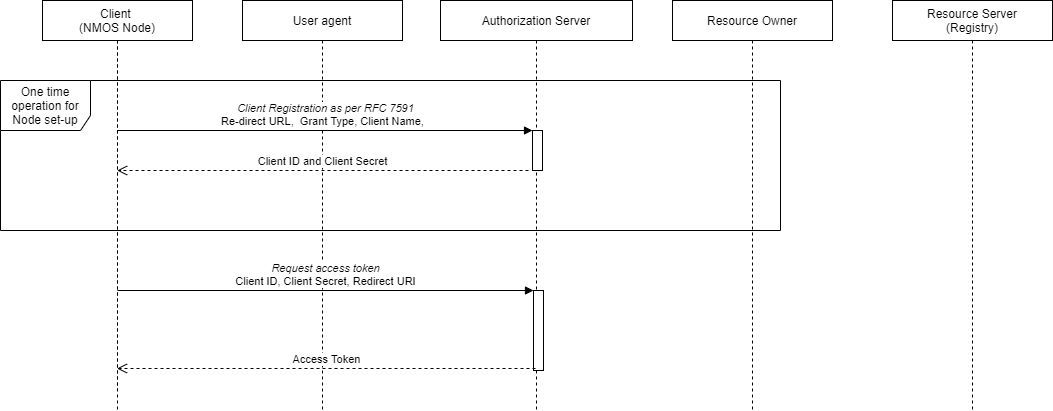
jonathan-r-thorpe/nmos-authorization-implementers-guide keeps this draw.io diagram as docs/diagrams/client_credentials_flow.png. Above is the earlier version. Source tidied: cells renumbered, new cells last; positions are measured from the earlier drawing's top-left corner, leaving out a move shared by most shapes.
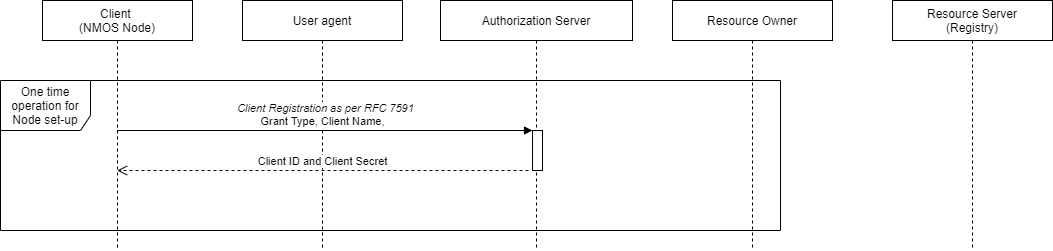
Later version of the same file.

What changed in the source:
```diff
@@ -3,16 +3,13 @@
     <mxCell id="0" />
     <mxCell id="1" parent="0" />
     <mxCell id="2" value="Client &lt;br&gt;(NMOS Node)" style="shape=umlLifeline;perimeter=lifelinePerimeter;whiteSpace=wrap;html=1;outlineConnect=0;" parent="1" vertex="1">
-      <mxGeometry x="42" width="150" height="410" as="geometry" />
+      <mxGeometry x="42" width="150" height="250" as="geometry" />
     </mxCell>
     <mxCell id="3" value="User agent" style="shape=umlLifeline;perimeter=lifelinePerimeter;whiteSpace=wrap;html=1;" parent="1" vertex="1">
-      <mxGeometry x="242" width="160" height="410" as="geometry" />
+      <mxGeometry x="242" width="160" height="250" as="geometry" />
     </mxCell>
-    <mxCell id="4" value="Client &lt;br&gt;(NMOS Node)" style="shape=umlLifeline;perimeter=lifelinePerimeter;whiteSpace=wrap;html=1;" parent="3" vertex="1">
-      <mxGeometry x="-200" width="150" height="390" as="geometry" />
-    </mxCell>
     <mxCell id="5" value="Authorization Server" style="shape=umlLifeline;perimeter=lifelinePerimeter;whiteSpace=wrap;html=1;" parent="1" vertex="1">
-      <mxGeometry x="440" width="192" height="410" as="geometry" />
+      <mxGeometry x="440" width="192" height="250" as="geometry" />
     </mxCell>
     <mxCell id="6" style="html=1;points=[];perimeter=orthogonalPerimeter;" parent="5" vertex="1">
       <mxGeometry x="92" y="130" width="10" height="40" as="geometry" />
@@ -20,16 +17,13 @@
     <mxCell id="7" value="One time operation for Node set-up" style="shape=umlFrame;whiteSpace=wrap;html=1;width=90;height=50;" parent="5" vertex="1">
       <mxGeometry x="-440" y="80" width="780" height="150" as="geometry" />
     </mxCell>
-    <mxCell id="8" style="html=1;points=[];perimeter=orthogonalPerimeter;" parent="5" vertex="1">
-      <mxGeometry x="93" y="290" width="10" height="80" as="geometry" />
-    </mxCell>
     <mxCell id="9" value="Resource Owner&lt;br&gt;" style="shape=umlLifeline;perimeter=lifelinePerimeter;whiteSpace=wrap;html=1;" parent="1" vertex="1">
-      <mxGeometry x="672" width="160" height="410" as="geometry" />
+      <mxGeometry x="672" width="160" height="250" as="geometry" />
     </mxCell>
     <mxCell id="10" value="Resource Server&lt;br&gt;(Registry)&lt;br&gt;" style="shape=umlLifeline;perimeter=lifelinePerimeter;whiteSpace=wrap;html=1;" parent="1" vertex="1">
-      <mxGeometry x="892" width="160" height="410" as="geometry" />
+      <mxGeometry x="892" width="160" height="250" as="geometry" />
     </mxCell>
-    <mxCell id="11" value="&lt;i&gt;Client Registration as per RFC 7591&lt;br&gt;&lt;/i&gt;Re-direct URL,&amp;nbsp; Grant Type, Client Name,&amp;nbsp;&amp;nbsp;" style="html=1;verticalAlign=bottom;endArrow=block;entryX=0;entryY=0;" parent="1" edge="1" source="2" target="6">
+    <mxCell id="11" value="&lt;i&gt;Client Registration as per RFC 7591&lt;br&gt;&lt;/i&gt;Grant Type, Client Name,&amp;nbsp;&amp;nbsp;" style="html=1;verticalAlign=bottom;endArrow=block;entryX=0;entryY=0;" parent="1" edge="1" source="2" target="6">
       <mxGeometry relative="1" as="geometry" />
     </mxCell>
     <mxCell id="12" value="Client ID and Client Secret" style="html=1;verticalAlign=bottom;endArrow=open;dashed=1;endSize=8;" parent="1" edge="1">
@@ -38,13 +32,5 @@
         <mxPoint x="116.7" y="170" as="targetPoint" />
       </mxGeometry>
     </mxCell>
-    <mxCell id="13" value="Access Token" style="html=1;verticalAlign=bottom;endArrow=open;dashed=1;endSize=8;exitX=0.2;exitY=0.975;exitDx=0;exitDy=0;exitPerimeter=0;" parent="1" edge="1" source="8" target="2">
-      <mxGeometry relative="1" as="geometry" />
-    </mxCell>
-    <mxCell id="14" value="&lt;i&gt;Request access token&lt;/i&gt;&lt;br&gt;Client ID, Client Secret, Redirect URI&lt;br&gt;" style="html=1;verticalAlign=bottom;endArrow=block;entryX=0;entryY=0;" parent="1" edge="1" target="8">
-      <mxGeometry relative="1" as="geometry">
-        <mxPoint x="117" y="290" as="sourcePoint" />
-      </mxGeometry>
-    </mxCell>
   </root>
 </mxGraphModel>
```
